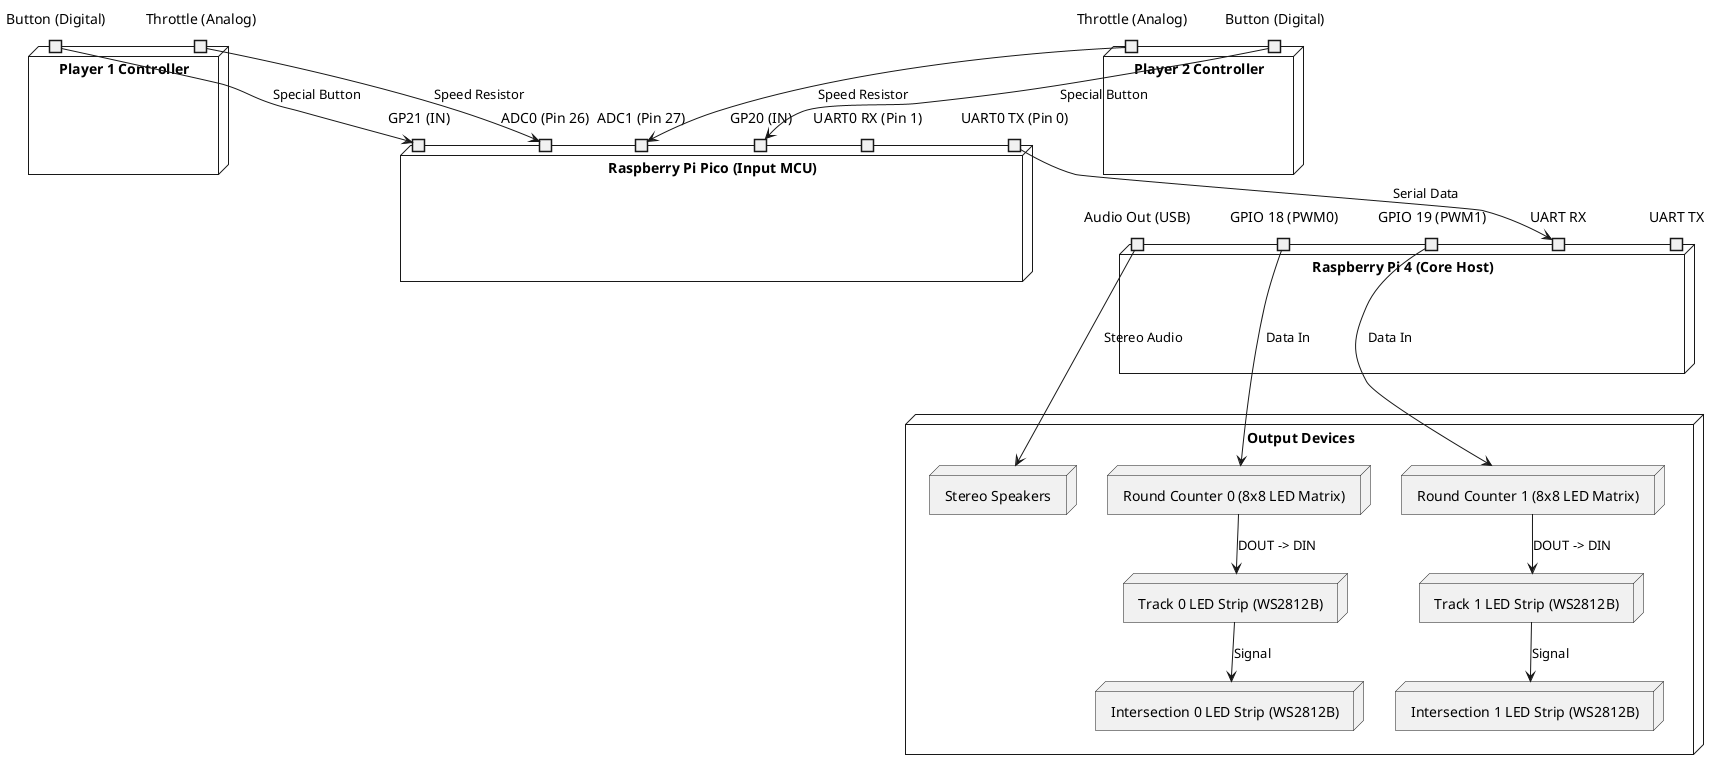
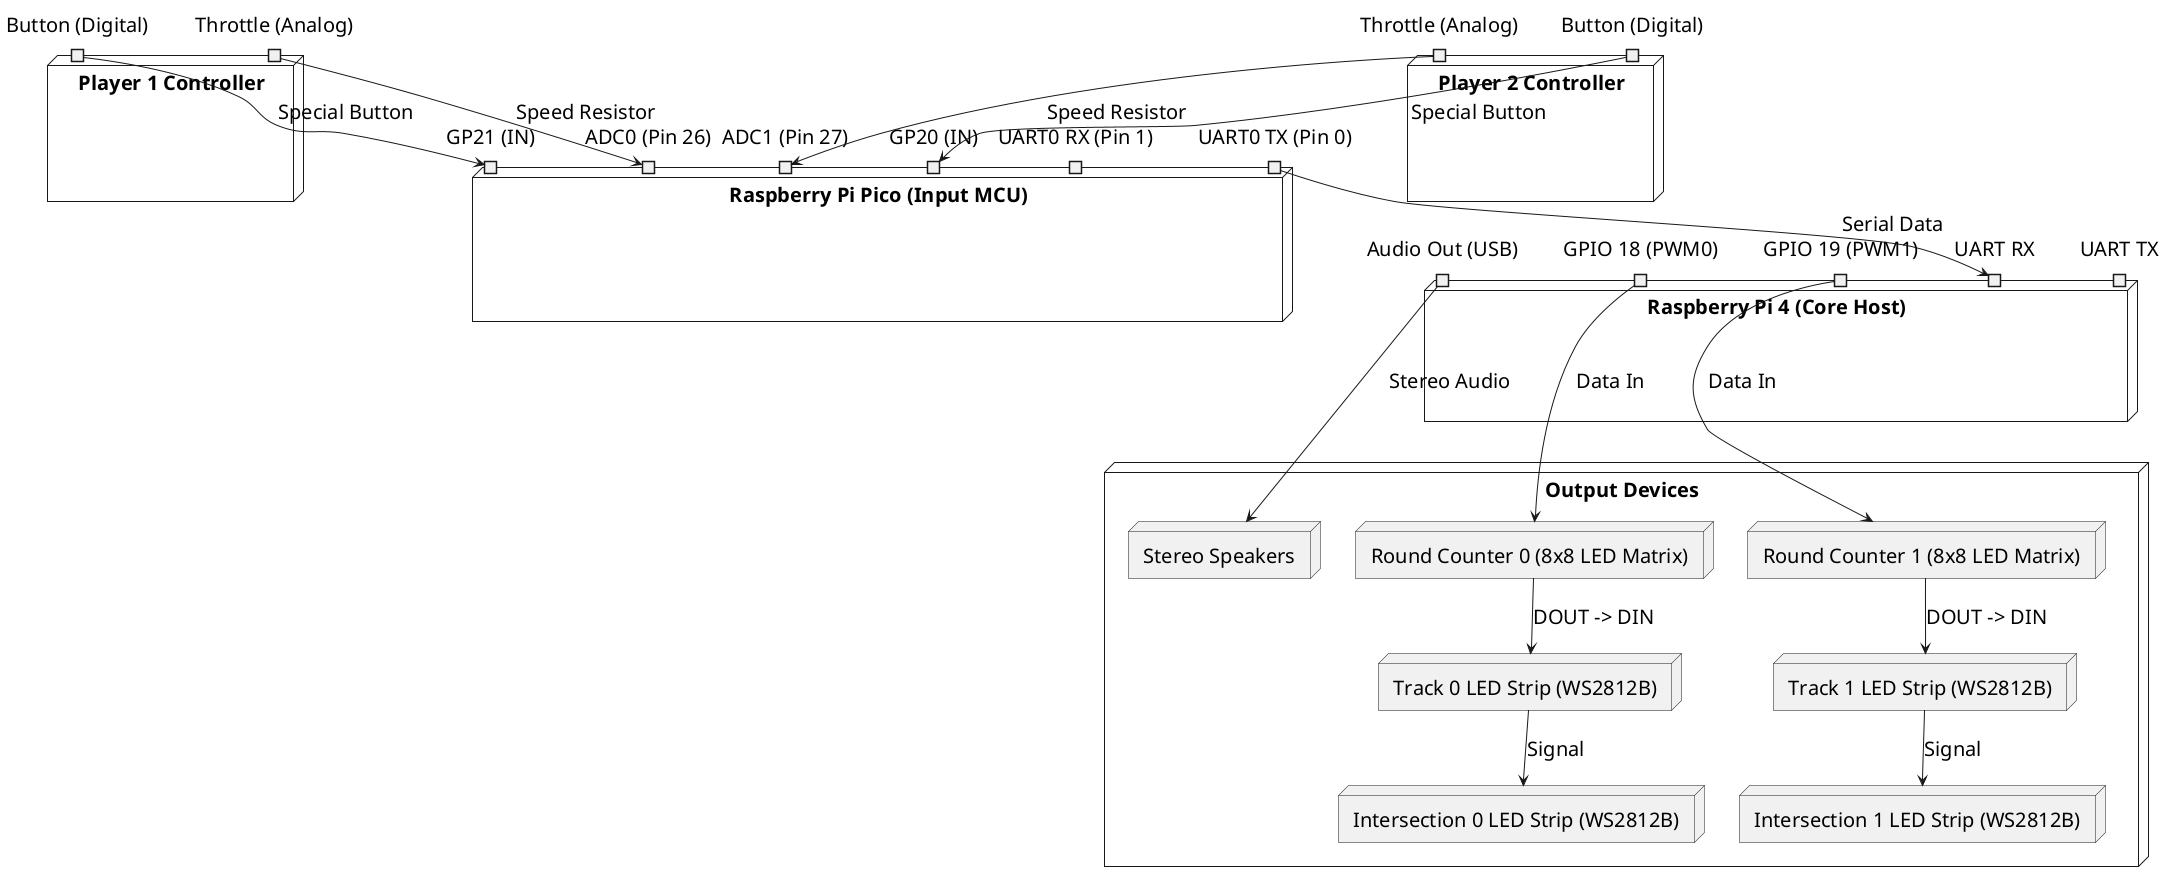
- @startuml
+ @startuml hardware-setup
' !theme plain
'skinparam linetype ortho
skinparam componentStyle uml2
top to bottom direction
- skinparam nodesep 32
- skinparam ranksep 40
+ skinparam nodesep 35
+ skinparam ranksep 45
+ skinparam defaultFontSize 20

node "Player 1 Controller" as P1_Ctrl {
  port "Throttle (Analog)" as P1_A
  port "Button (Digital)" as P1_D
}
node "Player 2 Controller" as P2_Ctrl {
  port "Throttle (Analog)" as P2_A
  port "Button (Digital)" as P2_D
}

node "Raspberry Pi Pico (Input MCU)" as Pico {
  port "ADC0 (Pin 26)" as pADC1
  port "GP21 (IN)" as pD1
  port "ADC1 (Pin 27)" as pADC2
  port "GP20 (IN)" as pD2
  port "UART0 TX (Pin 0)" as pTX
  port "UART0 RX (Pin 1)" as pRX
}

node "Raspberry Pi 4 (Core Host)" as RPi4 {
  port "Audio Out (USB)" as rAudio
  port "GPIO 18 (PWM0)" as rGPIO18
  port "GPIO 19 (PWM1)" as rGPIO19
  port "UART RX" as rRX
  port "UART TX" as rTX
}

node "Output Devices" {
  node "Stereo Speakers" as Speakers

  node "Round Counter 0 (8x8 LED Matrix)" as Matrix0
  node "Track 0 LED Strip (WS2812B)" as Track0
  node "Intersection 0 LED Strip (WS2812B)" as Intersection0

  node "Round Counter 1 (8x8 LED Matrix)" as Matrix1
  node "Track 1 LED Strip (WS2812B)" as Track1
  node "Intersection 1 LED Strip (WS2812B)" as Intersection1
}

' --- Connections ---
pTX --> rRX : Serial Data
'pRX <-[norank]- rTX : Unused

P1_A --> pADC1 : Speed Resistor
P1_D --> pD1 : Special Button
P2_A --> pADC2 : Speed Resistor
P2_D --> pD2 : Special Button

rAudio --> Speakers : Stereo Audio
rGPIO18 --> Matrix0 : Data In
rGPIO19 --> Matrix1 : Data In

Matrix0 --> Track0 : DOUT -> DIN
Track0 --> Intersection0 : Signal

Matrix1 --> Track1 : DOUT -> DIN
Track1 --> Intersection1 : Signal

' --- Layout Ordering Constraints ---
'PlayerControllers
P1_D -[hidden]right-> P2_A

'Pico
P1_D -[hidden]down-> Pico
P2_A -[hidden]down-> Pico

'Pi 4
'Pico -[hidden]down-> RPi4
pTX -[hidden]down-> rRX

' Output
RPi4 -[hidden]down-> "Output Devices"
@enduml